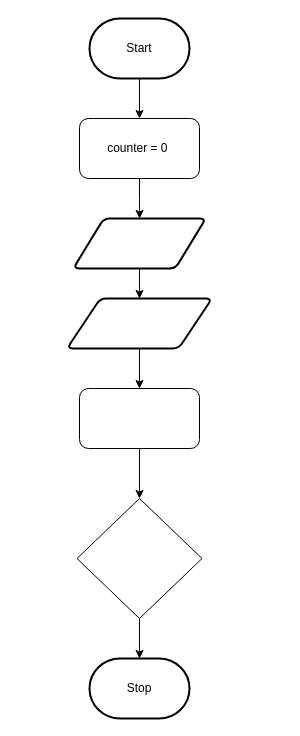
The draw.io diagram design/flowchart.drawio in MTHS-ICD2O-1-2024/ICD2O-Unit-5-06-Trisha-Ray, before the edit. Source tidied: cells renumbered, new cells numbered last; positions are measured from the earlier drawing's top-left corner, leaving out a move shared by most shapes. Both pictures are drawn from the tidied source at 100%, with x=0, y=0 at pixel (66, 18).
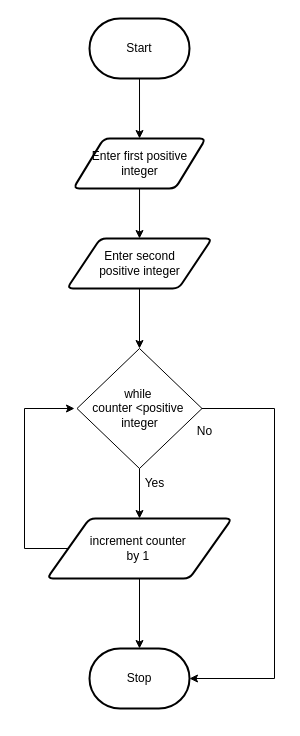
Above is the later version.

Commit message (it also covers changes not shown here):
story board and flowchart

The change refers to these unchanged cells:
```xml
<mxCell id="3" value="Start" style="strokeWidth=2;html=1;shape=mxgraph.flowchart.terminator;whiteSpace=wrap;" parent="1" vertex="1">
  <mxGeometry x="23" width="100" height="60" as="geometry" />
</mxCell>
```

The edit, as a diff of the source:
```diff
@@
-    <mxCell id="2" style="edgeStyle=orthogonalEdgeStyle;html=1;rounded=0;" parent="1" edge="1" source="14" target="4">
+    <mxCell id="2" style="edgeStyle=orthogonalEdgeStyle;html=1;rounded=0;" parent="1" edge="1" source="20" target="4">
       <mxGeometry relative="1" as="geometry" />
     </mxCell>
+    <mxCell id="15" style="edgeStyle=none;html=1;" parent="1" edge="1" source="3" target="11">
+      <mxGeometry relative="1" as="geometry" />
+    </mxCell>
@@
     <mxCell id="4" value="Stop" style="strokeWidth=2;html=1;shape=mxgraph.flowchart.terminator;whiteSpace=wrap;" parent="1" vertex="1">
-      <mxGeometry x="23" y="640" width="100" height="60" as="geometry" />
+      <mxGeometry x="23" y="630" width="100" height="60" as="geometry" />
     </mxCell>
-    <mxCell id="5" style="edgeStyle=orthogonalEdgeStyle;html=1;rounded=0;" parent="1" edge="1" source="3" target="6">
-      <mxGeometry relative="1" as="geometry" />
-    </mxCell>
-    <mxCell id="6" value="counter = 0&amp;nbsp;" style="rounded=1;whiteSpace=wrap;html=1;" parent="1" vertex="1">
-      <mxGeometry x="13" y="100" width="120" height="60" as="geometry" />
-    </mxCell>
-    <mxCell id="7" style="edgeStyle=none;html=1;" parent="1" edge="1" source="8" target="13">
-      <mxGeometry relative="1" as="geometry" />
+    <mxCell id="7" style="edgeStyle=none;html=1;" parent="1" edge="1" source="8">
+      <mxGeometry relative="1" as="geometry">
+        <mxPoint x="73" y="330" as="targetPoint" />
+      </mxGeometry>
     </mxCell>
-    <mxCell id="8" style="shape=parallelogram;html=1;strokeWidth=2;perimeter=parallelogramPerimeter;whiteSpace=wrap;rounded=1;arcSize=12;size=0.23;" parent="1" vertex="1">
-      <mxGeometry x="0.5" y="280" width="145" height="50" as="geometry" />
+    <mxCell id="8" value="Enter second&lt;div&gt;positive integer&lt;/div&gt;" style="shape=parallelogram;html=1;strokeWidth=2;perimeter=parallelogramPerimeter;whiteSpace=wrap;rounded=1;arcSize=12;size=0.23;" parent="1" vertex="1">
+      <mxGeometry x="0.5" y="220" width="145" height="50" as="geometry" />
     </mxCell>
-    <mxCell id="9" style="edgeStyle=orthogonalEdgeStyle;html=1;rounded=0;" parent="1" edge="1" source="6" target="11">
-      <mxGeometry relative="1" as="geometry" />
-    </mxCell>
@@
-    <mxCell id="11" style="shape=parallelogram;html=1;strokeWidth=2;perimeter=parallelogramPerimeter;whiteSpace=wrap;rounded=1;arcSize=12;size=0.23;" parent="1" vertex="1">
-      <mxGeometry x="6.8" y="200" width="132.5" height="50" as="geometry" />
+    <mxCell id="11" value="&lt;div&gt;&amp;nbsp;Enter first positive&amp;nbsp;&lt;/div&gt;&lt;div&gt;integer&lt;/div&gt;" style="shape=parallelogram;html=1;strokeWidth=2;perimeter=parallelogramPerimeter;whiteSpace=wrap;rounded=1;arcSize=12;size=0.23;" parent="1" vertex="1">
+      <mxGeometry x="6.8" y="120" width="132.5" height="50" as="geometry" />
     </mxCell>
-    <mxCell id="12" style="edgeStyle=none;html=1;" parent="1" edge="1" source="13" target="14">
-      <mxGeometry relative="1" as="geometry" />
-    </mxCell>
-    <mxCell id="13" style="rounded=1;whiteSpace=wrap;html=1;" parent="1" vertex="1">
-      <mxGeometry x="13" y="370" width="120" height="60" as="geometry" />
-    </mxCell>
-    <mxCell id="14" style="rhombus;whiteSpace=wrap;html=1;" parent="1" vertex="1">
-      <mxGeometry x="10.5" y="480" width="125" height="120" as="geometry" />
+    <mxCell id="14" value="while&amp;nbsp;&lt;div&gt;counter &amp;lt;positive&amp;nbsp;&lt;/div&gt;&lt;div&gt;integer&lt;/div&gt;" style="rhombus;whiteSpace=wrap;html=1;" parent="1" vertex="1">
+      <mxGeometry x="10.5" y="330" width="125" height="120" as="geometry" />
     </mxCell>
+    <mxCell id="16" value="No" style="text;html=1;align=center;verticalAlign=middle;strokeColor=none;fillColor=none;" parent="1" vertex="1">
+      <mxGeometry x="118" y="398" width="40" height="30" as="geometry" />
+    </mxCell>
+    <mxCell id="17" value="Yes" style="text;html=1;align=center;verticalAlign=middle;strokeColor=none;fillColor=none;" parent="1" vertex="1">
+      <mxGeometry x="68" y="450" width="40" height="30" as="geometry" />
+    </mxCell>
+    <mxCell id="18" style="edgeStyle=orthogonalEdgeStyle;html=1;rounded=0;" parent="1" edge="1" source="14" target="20">
+      <mxGeometry relative="1" as="geometry" />
+    </mxCell>
+    <mxCell id="19" style="edgeStyle=orthogonalEdgeStyle;html=1;rounded=0;" parent="1" edge="1" source="20">
+      <mxGeometry relative="1" as="geometry">
+        <mxPoint x="8" y="390" as="targetPoint" />
+        <Array as="points">
+          <mxPoint x="-42" y="530" />
+          <mxPoint x="-42" y="390" />
+        </Array>
+      </mxGeometry>
+    </mxCell>
+    <mxCell id="20" value="increment counter&amp;nbsp;&lt;div&gt;by 1&amp;nbsp;&lt;/div&gt;" style="shape=parallelogram;html=1;strokeWidth=2;perimeter=parallelogramPerimeter;whiteSpace=wrap;rounded=1;arcSize=12;size=0.23;" parent="1" vertex="1">
+      <mxGeometry x="-19.5" y="500" width="185" height="60" as="geometry" />
+    </mxCell>
+    <mxCell id="21" style="html=1;entryX=1;entryY=0.5;entryDx=0;entryDy=0;entryPerimeter=0;edgeStyle=orthogonalEdgeStyle;rounded=0;curved=0;" parent="1" edge="1" source="14" target="4">
+      <mxGeometry relative="1" as="geometry">
+        <Array as="points">
+          <mxPoint x="208" y="390" />
+          <mxPoint x="208" y="660" />
+        </Array>
+      </mxGeometry>
+    </mxCell>
```
